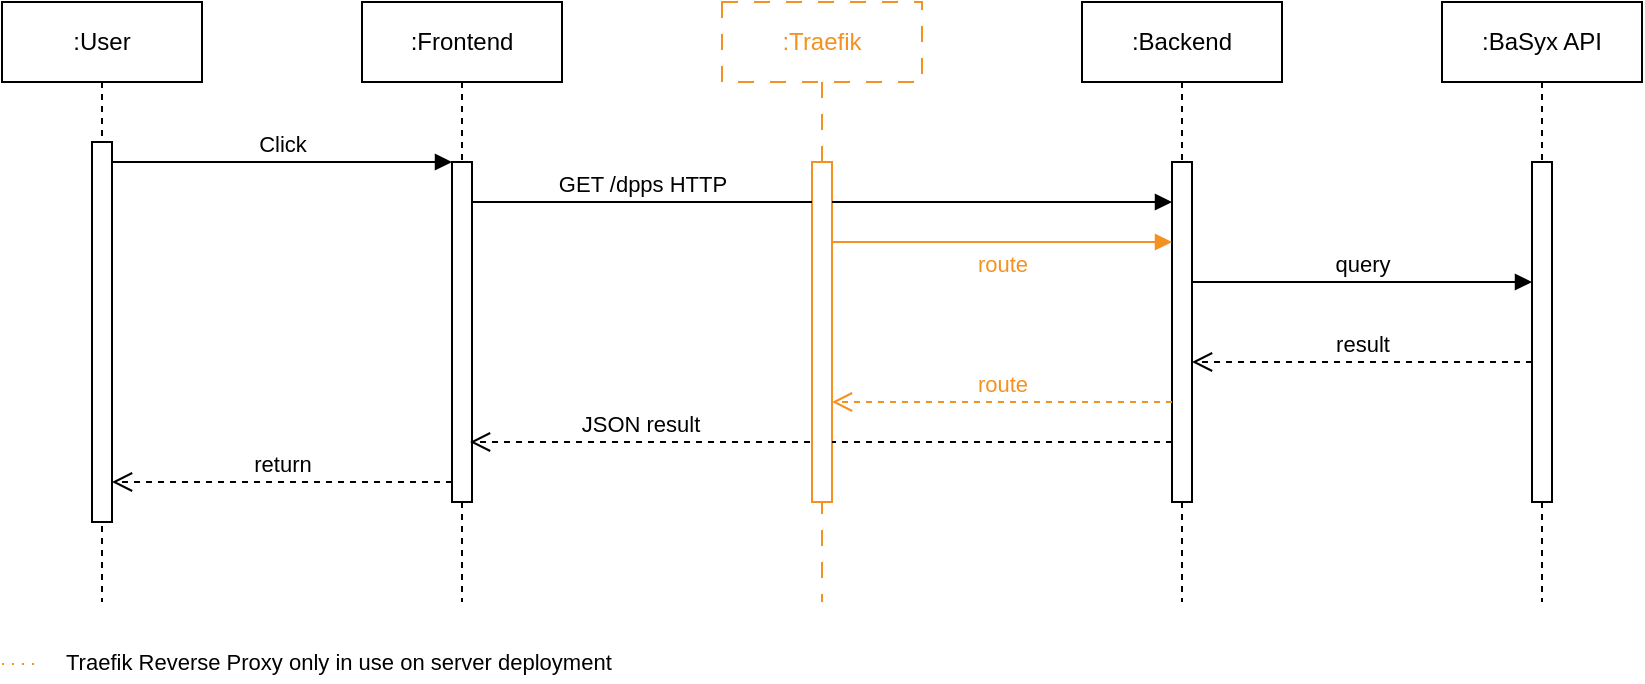
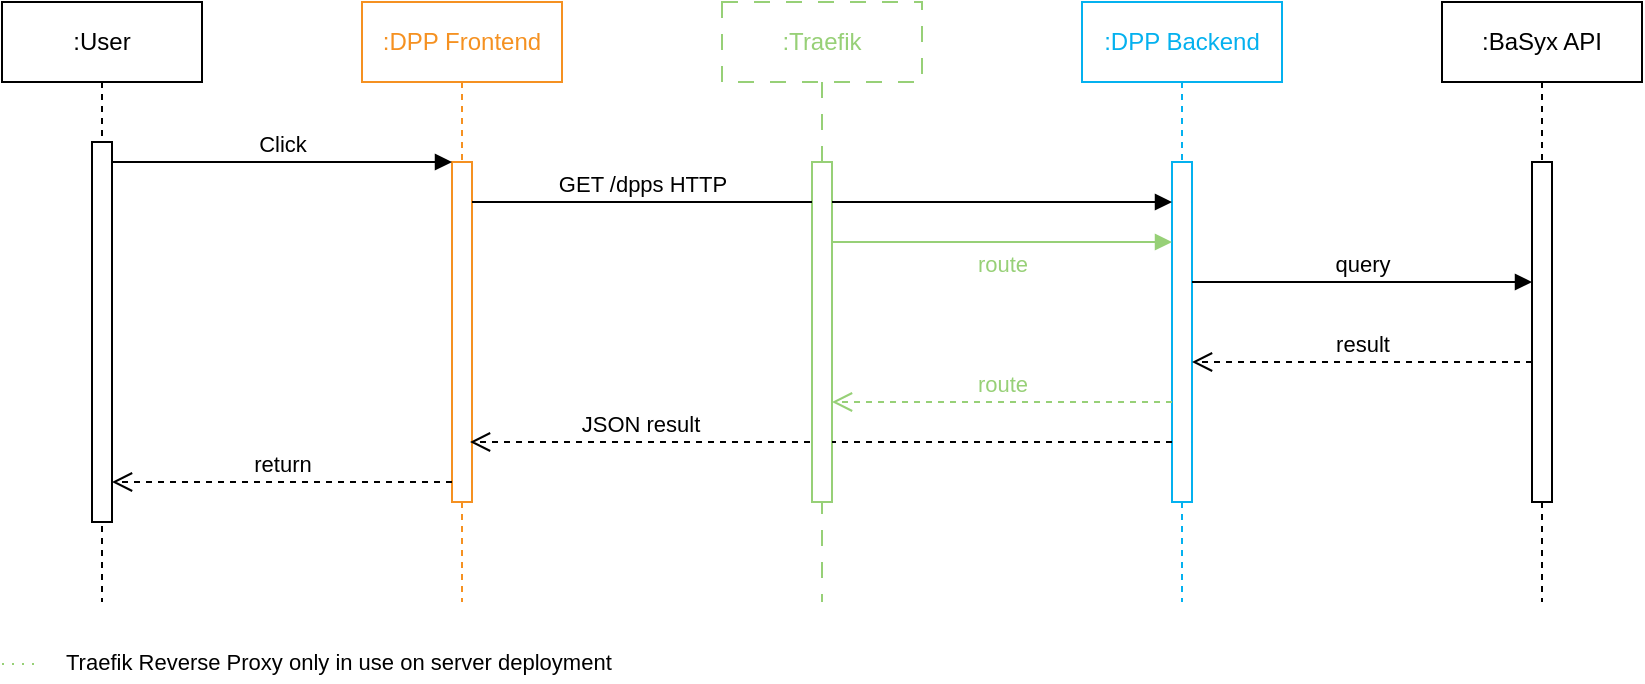
<mxfile host="Electron" agent="Mozilla/5.0 (Macintosh; Intel Mac OS X 10_15_7) AppleWebKit/537.36 (KHTML, like Gecko) draw.io/28.2.8 Chrome/140.0.7339.240 Electron/38.4.0 Safari/537.36" version="28.2.8">
  <diagram name="Page-1" id="2YBvvXClWsGukQMizWep">
-     <mxGraphModel dx="1429" dy="582" grid="1" gridSize="10" guides="1" tooltips="1" connect="1" arrows="1" fold="1" page="1" pageScale="1" pageWidth="850" pageHeight="1100" math="0" shadow="0">
+     <mxGraphModel dx="839" dy="586" grid="1" gridSize="10" guides="1" tooltips="1" connect="1" arrows="1" fold="1" page="1" pageScale="1" pageWidth="850" pageHeight="1100" math="0" shadow="0">
      <root>
        <mxCell id="0" />
        <mxCell id="1" parent="0" />
        <mxCell id="aM9ryv3xv72pqoxQDRHE-1" value=":User" style="shape=umlLifeline;perimeter=lifelinePerimeter;whiteSpace=wrap;html=1;container=0;dropTarget=0;collapsible=0;recursiveResize=0;outlineConnect=0;portConstraint=eastwest;newEdgeStyle={&quot;edgeStyle&quot;:&quot;elbowEdgeStyle&quot;,&quot;elbow&quot;:&quot;vertical&quot;,&quot;curved&quot;:0,&quot;rounded&quot;:0};" parent="1" vertex="1">
          <mxGeometry x="40" y="40" width="100" height="300" as="geometry" />
        </mxCell>
        <mxCell id="aM9ryv3xv72pqoxQDRHE-2" value="" style="html=1;points=[];perimeter=orthogonalPerimeter;outlineConnect=0;targetShapes=umlLifeline;portConstraint=eastwest;newEdgeStyle={&quot;edgeStyle&quot;:&quot;elbowEdgeStyle&quot;,&quot;elbow&quot;:&quot;vertical&quot;,&quot;curved&quot;:0,&quot;rounded&quot;:0};" parent="aM9ryv3xv72pqoxQDRHE-1" vertex="1">
          <mxGeometry x="45" y="70" width="10" height="190" as="geometry" />
        </mxCell>
-         <mxCell id="aM9ryv3xv72pqoxQDRHE-5" value=":Frontend" style="shape=umlLifeline;perimeter=lifelinePerimeter;whiteSpace=wrap;html=1;container=0;dropTarget=0;collapsible=0;recursiveResize=0;outlineConnect=0;portConstraint=eastwest;newEdgeStyle={&quot;edgeStyle&quot;:&quot;elbowEdgeStyle&quot;,&quot;elbow&quot;:&quot;vertical&quot;,&quot;curved&quot;:0,&quot;rounded&quot;:0};" parent="1" vertex="1">
+         <mxCell id="aM9ryv3xv72pqoxQDRHE-5" value="&lt;font style=&quot;color: rgb(245, 145, 33);&quot;&gt;:DPP Frontend&lt;/font&gt;" style="shape=umlLifeline;perimeter=lifelinePerimeter;whiteSpace=wrap;html=1;container=0;dropTarget=0;collapsible=0;recursiveResize=0;outlineConnect=0;portConstraint=eastwest;newEdgeStyle={&quot;edgeStyle&quot;:&quot;elbowEdgeStyle&quot;,&quot;elbow&quot;:&quot;vertical&quot;,&quot;curved&quot;:0,&quot;rounded&quot;:0};strokeColor=#F59121;" parent="1" vertex="1">
          <mxGeometry x="220" y="40" width="100" height="300" as="geometry" />
        </mxCell>
-         <mxCell id="aM9ryv3xv72pqoxQDRHE-6" value="" style="html=1;points=[];perimeter=orthogonalPerimeter;outlineConnect=0;targetShapes=umlLifeline;portConstraint=eastwest;newEdgeStyle={&quot;edgeStyle&quot;:&quot;elbowEdgeStyle&quot;,&quot;elbow&quot;:&quot;vertical&quot;,&quot;curved&quot;:0,&quot;rounded&quot;:0};" parent="aM9ryv3xv72pqoxQDRHE-5" vertex="1">
+         <mxCell id="aM9ryv3xv72pqoxQDRHE-6" value="" style="html=1;points=[];perimeter=orthogonalPerimeter;outlineConnect=0;targetShapes=umlLifeline;portConstraint=eastwest;newEdgeStyle={&quot;edgeStyle&quot;:&quot;elbowEdgeStyle&quot;,&quot;elbow&quot;:&quot;vertical&quot;,&quot;curved&quot;:0,&quot;rounded&quot;:0};strokeColor=#F59121;" parent="aM9ryv3xv72pqoxQDRHE-5" vertex="1">
          <mxGeometry x="45" y="80" width="10" height="170" as="geometry" />
        </mxCell>
        <mxCell id="aM9ryv3xv72pqoxQDRHE-7" value="Click" style="html=1;verticalAlign=bottom;endArrow=block;edgeStyle=elbowEdgeStyle;elbow=vertical;curved=0;rounded=0;" parent="1" source="aM9ryv3xv72pqoxQDRHE-2" target="aM9ryv3xv72pqoxQDRHE-6" edge="1">
          <mxGeometry relative="1" as="geometry">
            <mxPoint x="195" y="130" as="sourcePoint" />
            <Array as="points">
              <mxPoint x="180" y="120" />
            </Array>
          </mxGeometry>
        </mxCell>
        <mxCell id="aM9ryv3xv72pqoxQDRHE-8" value="return" style="html=1;verticalAlign=bottom;endArrow=open;dashed=1;endSize=8;edgeStyle=elbowEdgeStyle;elbow=vertical;curved=0;rounded=0;" parent="1" source="aM9ryv3xv72pqoxQDRHE-6" target="aM9ryv3xv72pqoxQDRHE-2" edge="1">
          <mxGeometry relative="1" as="geometry">
            <mxPoint x="195" y="205" as="targetPoint" />
            <Array as="points">
              <mxPoint x="190" y="280" />
            </Array>
          </mxGeometry>
        </mxCell>
-         <mxCell id="h2enBtgMKYd6LjmZMAF9-1" value="&lt;font style=&quot;color: rgb(245, 145, 33);&quot;&gt;:Traefik&lt;/font&gt;" style="shape=umlLifeline;perimeter=lifelinePerimeter;whiteSpace=wrap;html=1;container=0;dropTarget=0;collapsible=0;recursiveResize=0;outlineConnect=0;portConstraint=eastwest;newEdgeStyle={&quot;edgeStyle&quot;:&quot;elbowEdgeStyle&quot;,&quot;elbow&quot;:&quot;vertical&quot;,&quot;curved&quot;:0,&quot;rounded&quot;:0};dashed=1;dashPattern=8 8;strokeColor=#F59121;" parent="1" vertex="1">
+         <mxCell id="h2enBtgMKYd6LjmZMAF9-1" value="&lt;font style=&quot;color: rgb(151, 208, 119);&quot;&gt;:Traefik&lt;/font&gt;" style="shape=umlLifeline;perimeter=lifelinePerimeter;whiteSpace=wrap;html=1;container=0;dropTarget=0;collapsible=0;recursiveResize=0;outlineConnect=0;portConstraint=eastwest;newEdgeStyle={&quot;edgeStyle&quot;:&quot;elbowEdgeStyle&quot;,&quot;elbow&quot;:&quot;vertical&quot;,&quot;curved&quot;:0,&quot;rounded&quot;:0};dashed=1;dashPattern=8 8;strokeColor=#97D077;" parent="1" vertex="1">
          <mxGeometry x="400" y="40" width="100" height="300" as="geometry" />
        </mxCell>
-         <mxCell id="h2enBtgMKYd6LjmZMAF9-2" value="" style="html=1;points=[];perimeter=orthogonalPerimeter;outlineConnect=0;targetShapes=umlLifeline;portConstraint=eastwest;newEdgeStyle={&quot;edgeStyle&quot;:&quot;elbowEdgeStyle&quot;,&quot;elbow&quot;:&quot;vertical&quot;,&quot;curved&quot;:0,&quot;rounded&quot;:0};strokeColor=#F59121;" parent="h2enBtgMKYd6LjmZMAF9-1" vertex="1">
+         <mxCell id="h2enBtgMKYd6LjmZMAF9-2" value="" style="html=1;points=[];perimeter=orthogonalPerimeter;outlineConnect=0;targetShapes=umlLifeline;portConstraint=eastwest;newEdgeStyle={&quot;edgeStyle&quot;:&quot;elbowEdgeStyle&quot;,&quot;elbow&quot;:&quot;vertical&quot;,&quot;curved&quot;:0,&quot;rounded&quot;:0};strokeColor=#97D077;" parent="h2enBtgMKYd6LjmZMAF9-1" vertex="1">
          <mxGeometry x="45" y="80" width="10" height="170" as="geometry" />
        </mxCell>
-         <mxCell id="h2enBtgMKYd6LjmZMAF9-3" value=":Backend" style="shape=umlLifeline;perimeter=lifelinePerimeter;whiteSpace=wrap;html=1;container=0;dropTarget=0;collapsible=0;recursiveResize=0;outlineConnect=0;portConstraint=eastwest;newEdgeStyle={&quot;edgeStyle&quot;:&quot;elbowEdgeStyle&quot;,&quot;elbow&quot;:&quot;vertical&quot;,&quot;curved&quot;:0,&quot;rounded&quot;:0};" parent="1" vertex="1">
+         <mxCell id="h2enBtgMKYd6LjmZMAF9-3" value="&lt;font style=&quot;color: rgb(4, 177, 239);&quot;&gt;:DPP Backend&lt;/font&gt;" style="shape=umlLifeline;perimeter=lifelinePerimeter;whiteSpace=wrap;html=1;container=0;dropTarget=0;collapsible=0;recursiveResize=0;outlineConnect=0;portConstraint=eastwest;newEdgeStyle={&quot;edgeStyle&quot;:&quot;elbowEdgeStyle&quot;,&quot;elbow&quot;:&quot;vertical&quot;,&quot;curved&quot;:0,&quot;rounded&quot;:0};strokeColor=#04B1EF;" parent="1" vertex="1">
          <mxGeometry x="580" y="40" width="100" height="300" as="geometry" />
        </mxCell>
-         <mxCell id="h2enBtgMKYd6LjmZMAF9-4" value="" style="html=1;points=[];perimeter=orthogonalPerimeter;outlineConnect=0;targetShapes=umlLifeline;portConstraint=eastwest;newEdgeStyle={&quot;edgeStyle&quot;:&quot;elbowEdgeStyle&quot;,&quot;elbow&quot;:&quot;vertical&quot;,&quot;curved&quot;:0,&quot;rounded&quot;:0};" parent="h2enBtgMKYd6LjmZMAF9-3" vertex="1">
+         <mxCell id="h2enBtgMKYd6LjmZMAF9-4" value="" style="html=1;points=[];perimeter=orthogonalPerimeter;outlineConnect=0;targetShapes=umlLifeline;portConstraint=eastwest;newEdgeStyle={&quot;edgeStyle&quot;:&quot;elbowEdgeStyle&quot;,&quot;elbow&quot;:&quot;vertical&quot;,&quot;curved&quot;:0,&quot;rounded&quot;:0};strokeColor=#04B1EF;" parent="h2enBtgMKYd6LjmZMAF9-3" vertex="1">
          <mxGeometry x="45" y="80" width="10" height="170" as="geometry" />
        </mxCell>
        <mxCell id="h2enBtgMKYd6LjmZMAF9-5" value=":BaSyx API" style="shape=umlLifeline;perimeter=lifelinePerimeter;whiteSpace=wrap;html=1;container=0;dropTarget=0;collapsible=0;recursiveResize=0;outlineConnect=0;portConstraint=eastwest;newEdgeStyle={&quot;edgeStyle&quot;:&quot;elbowEdgeStyle&quot;,&quot;elbow&quot;:&quot;vertical&quot;,&quot;curved&quot;:0,&quot;rounded&quot;:0};" parent="1" vertex="1">
          <mxGeometry x="760" y="40" width="100" height="300" as="geometry" />
        </mxCell>
        <mxCell id="h2enBtgMKYd6LjmZMAF9-6" value="" style="html=1;points=[];perimeter=orthogonalPerimeter;outlineConnect=0;targetShapes=umlLifeline;portConstraint=eastwest;newEdgeStyle={&quot;edgeStyle&quot;:&quot;elbowEdgeStyle&quot;,&quot;elbow&quot;:&quot;vertical&quot;,&quot;curved&quot;:0,&quot;rounded&quot;:0};" parent="h2enBtgMKYd6LjmZMAF9-5" vertex="1">
          <mxGeometry x="45" y="80" width="10" height="170" as="geometry" />
        </mxCell>
        <mxCell id="h2enBtgMKYd6LjmZMAF9-7" value="GET /dpps HTTP" style="html=1;verticalAlign=bottom;endArrow=none;edgeStyle=elbowEdgeStyle;elbow=vertical;curved=0;rounded=0;endFill=0;" parent="1" edge="1">
          <mxGeometry x="-0.002" relative="1" as="geometry">
            <mxPoint x="275" y="140" as="sourcePoint" />
            <Array as="points">
              <mxPoint x="360" y="140" />
            </Array>
            <mxPoint x="445" y="140" as="targetPoint" />
            <mxPoint as="offset" />
          </mxGeometry>
        </mxCell>
-         <mxCell id="h2enBtgMKYd6LjmZMAF9-8" value="&lt;font style=&quot;color: rgb(245, 145, 33);&quot;&gt;route&lt;/font&gt;" style="html=1;verticalAlign=bottom;endArrow=block;edgeStyle=elbowEdgeStyle;elbow=vertical;curved=0;rounded=0;strokeColor=#F59121;" parent="1" edge="1">
+         <mxCell id="h2enBtgMKYd6LjmZMAF9-8" value="&lt;font style=&quot;color: rgb(151, 208, 119);&quot;&gt;route&lt;/font&gt;" style="html=1;verticalAlign=bottom;endArrow=block;edgeStyle=elbowEdgeStyle;elbow=vertical;curved=0;rounded=0;strokeColor=#97D077;" parent="1" edge="1">
          <mxGeometry x="-0.0012" y="-20" relative="1" as="geometry">
            <mxPoint x="455" y="160" as="sourcePoint" />
            <Array as="points">
              <mxPoint x="540" y="160" />
            </Array>
            <mxPoint x="625" y="160" as="targetPoint" />
            <mxPoint as="offset" />
          </mxGeometry>
        </mxCell>
        <mxCell id="h2enBtgMKYd6LjmZMAF9-9" value="query" style="html=1;verticalAlign=bottom;endArrow=block;edgeStyle=elbowEdgeStyle;elbow=vertical;curved=0;rounded=0;" parent="1" edge="1">
          <mxGeometry x="-0.002" relative="1" as="geometry">
            <mxPoint x="635" y="180" as="sourcePoint" />
            <Array as="points">
              <mxPoint x="720" y="180" />
            </Array>
            <mxPoint x="805" y="180" as="targetPoint" />
            <mxPoint as="offset" />
          </mxGeometry>
        </mxCell>
        <mxCell id="h2enBtgMKYd6LjmZMAF9-10" value="result" style="html=1;verticalAlign=bottom;endArrow=open;dashed=1;endSize=8;edgeStyle=elbowEdgeStyle;elbow=vertical;curved=0;rounded=0;" parent="1" edge="1">
          <mxGeometry x="0.0004" relative="1" as="geometry">
            <mxPoint x="635" y="220" as="targetPoint" />
            <Array as="points">
              <mxPoint x="730" y="220" />
            </Array>
            <mxPoint x="805" y="220" as="sourcePoint" />
            <mxPoint as="offset" />
          </mxGeometry>
        </mxCell>
-         <mxCell id="h2enBtgMKYd6LjmZMAF9-11" value="&lt;font style=&quot;color: rgb(245, 145, 33);&quot;&gt;route&lt;/font&gt;" style="html=1;verticalAlign=bottom;endArrow=open;dashed=1;endSize=8;edgeStyle=elbowEdgeStyle;elbow=vertical;curved=0;rounded=0;strokeColor=#F59121;" parent="1" edge="1">
+         <mxCell id="h2enBtgMKYd6LjmZMAF9-11" value="&lt;font style=&quot;color: rgb(151, 208, 119);&quot;&gt;route&lt;/font&gt;" style="html=1;verticalAlign=bottom;endArrow=open;dashed=1;endSize=8;edgeStyle=elbowEdgeStyle;elbow=vertical;curved=0;rounded=0;strokeColor=#97D077;" parent="1" edge="1">
          <mxGeometry relative="1" as="geometry">
            <mxPoint x="455" y="240" as="targetPoint" />
            <Array as="points">
              <mxPoint x="550" y="240" />
            </Array>
            <mxPoint x="625" y="240" as="sourcePoint" />
          </mxGeometry>
        </mxCell>
        <mxCell id="h2enBtgMKYd6LjmZMAF9-12" value="JSON result" style="html=1;verticalAlign=bottom;endArrow=open;dashed=1;endSize=8;edgeStyle=elbowEdgeStyle;elbow=vertical;curved=0;rounded=0;" parent="1" edge="1">
          <mxGeometry relative="1" as="geometry">
            <mxPoint x="274" y="260" as="targetPoint" />
            <Array as="points">
              <mxPoint x="369" y="260" />
            </Array>
            <mxPoint x="444" y="260" as="sourcePoint" />
          </mxGeometry>
        </mxCell>
        <mxCell id="h2enBtgMKYd6LjmZMAF9-13" value="" style="html=1;verticalAlign=bottom;endArrow=none;dashed=1;endSize=8;edgeStyle=elbowEdgeStyle;elbow=vertical;curved=0;rounded=0;endFill=0;" parent="1" edge="1">
          <mxGeometry y="20" relative="1" as="geometry">
            <mxPoint x="455" y="260" as="targetPoint" />
            <Array as="points">
              <mxPoint x="550" y="260" />
            </Array>
            <mxPoint x="625" y="260" as="sourcePoint" />
            <mxPoint as="offset" />
          </mxGeometry>
        </mxCell>
        <mxCell id="h2enBtgMKYd6LjmZMAF9-14" value="" style="html=1;verticalAlign=bottom;endArrow=block;edgeStyle=elbowEdgeStyle;elbow=vertical;curved=0;rounded=0;" parent="1" edge="1">
          <mxGeometry x="-0.002" relative="1" as="geometry">
            <mxPoint x="455" y="140" as="sourcePoint" />
            <Array as="points">
              <mxPoint x="540" y="140" />
            </Array>
            <mxPoint x="625" y="140" as="targetPoint" />
            <mxPoint as="offset" />
          </mxGeometry>
        </mxCell>
-         <mxCell id="oNlupmKnYkE5GriHts6h-2" value="" style="group" vertex="1" connectable="0" parent="1">
+         <mxCell id="oNlupmKnYkE5GriHts6h-2" value="" style="group" parent="1" vertex="1" connectable="0">
          <mxGeometry x="40" y="360" width="310" height="20" as="geometry" />
        </mxCell>
-         <mxCell id="oNlupmKnYkE5GriHts6h-3" value="" style="endArrow=none;dashed=1;html=1;rounded=0;dashPattern=1 4;strokeColor=#F59121;" edge="1" parent="oNlupmKnYkE5GriHts6h-2">
+         <mxCell id="oNlupmKnYkE5GriHts6h-3" value="" style="endArrow=none;dashed=1;html=1;rounded=0;dashPattern=1 4;strokeColor=#97D077;" parent="oNlupmKnYkE5GriHts6h-2" edge="1">
          <mxGeometry width="50" height="50" relative="1" as="geometry">
            <mxPoint y="11" as="sourcePoint" />
            <mxPoint x="20" y="11" as="targetPoint" />
          </mxGeometry>
        </mxCell>
-         <mxCell id="oNlupmKnYkE5GriHts6h-4" value="Traefik Reverse Proxy only in use on server deployment" style="text;html=1;whiteSpace=wrap;strokeColor=none;fillColor=none;align=left;verticalAlign=middle;rounded=0;fontSize=11;" vertex="1" parent="oNlupmKnYkE5GriHts6h-2">
+         <mxCell id="oNlupmKnYkE5GriHts6h-4" value="Traefik Reverse Proxy only in use on server deployment" style="text;html=1;whiteSpace=wrap;strokeColor=none;fillColor=none;align=left;verticalAlign=middle;rounded=0;fontSize=11;" parent="oNlupmKnYkE5GriHts6h-2" vertex="1">
          <mxGeometry x="30" width="280" height="20" as="geometry" />
        </mxCell>
      </root>
    </mxGraphModel>
  </diagram>
</mxfile>
